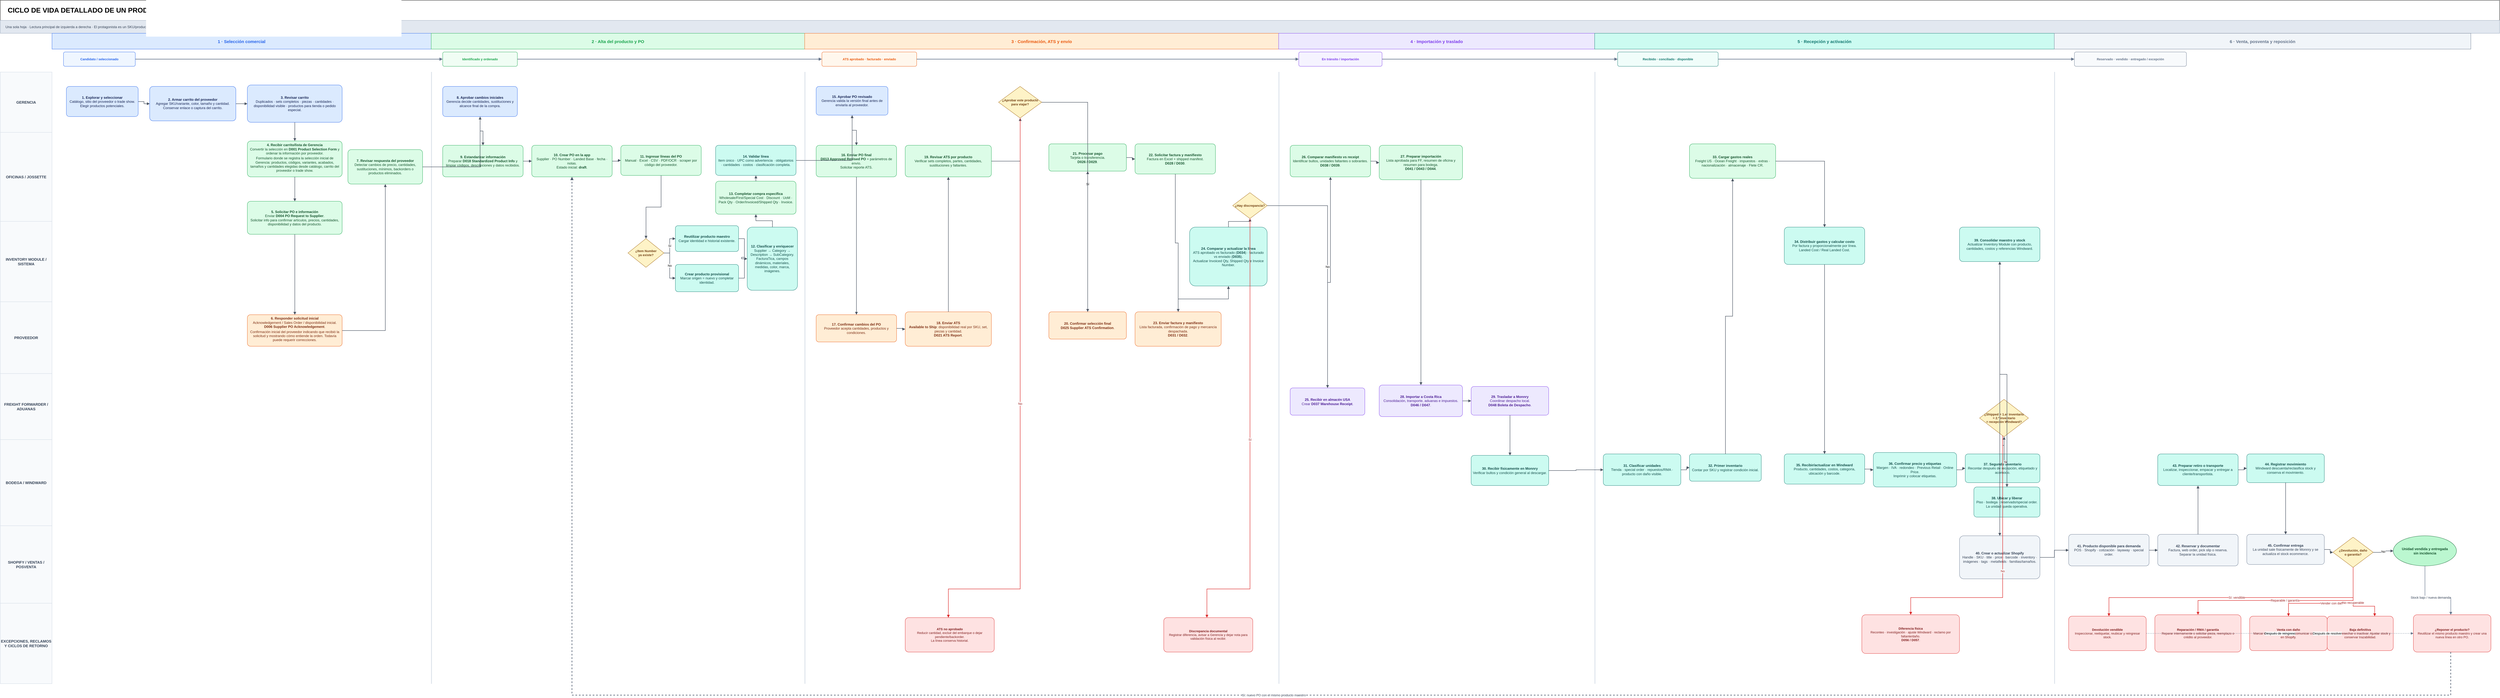
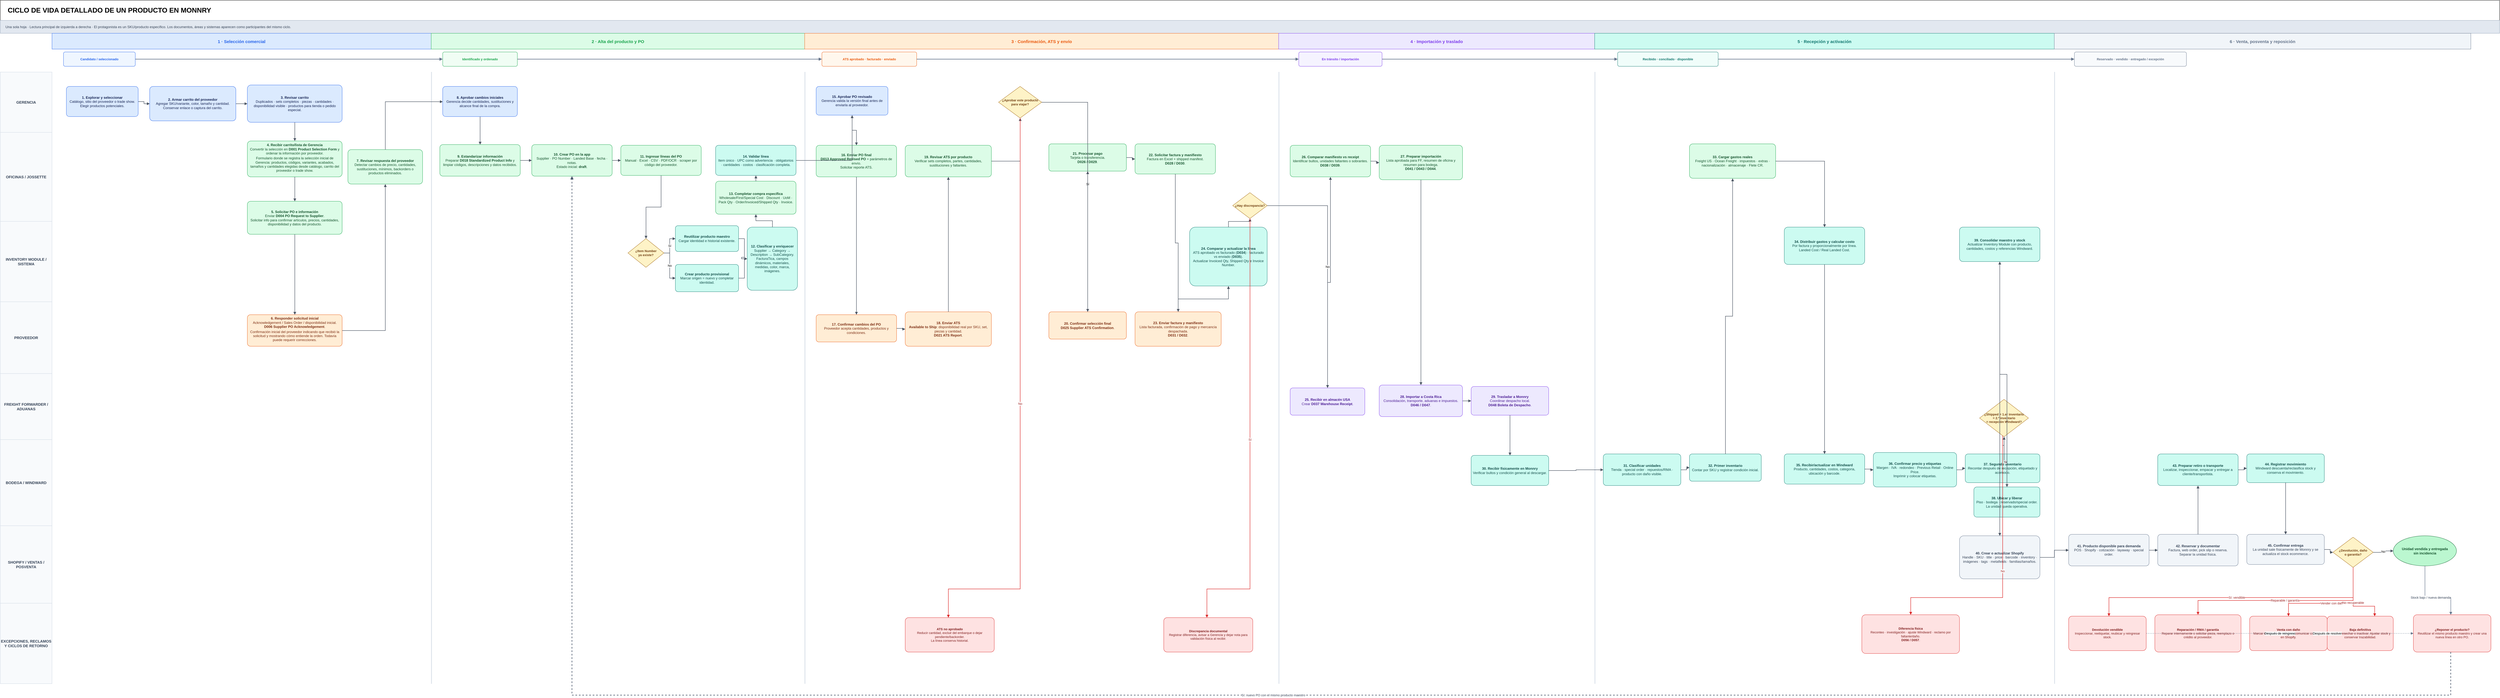
<mxfile host="app.diagrams.net" agent="ChatGPT">
  <diagram id="product-lifecycle-one-sheet" name="Ciclo completo - una hoja">
-     <mxGraphModel dx="937" dy="520" grid="1" gridSize="10" guides="1" tooltips="1" connect="1" arrows="1" fold="1" page="1" pageScale="1" pageWidth="8700" pageHeight="2500" background="#ffffff" math="0" shadow="0">
+     <mxGraphModel dx="1041" dy="578" grid="1" gridSize="10" guides="1" tooltips="1" connect="1" arrows="1" fold="1" page="1" pageScale="1" pageWidth="8700" pageHeight="2500" background="#ffffff" math="0" shadow="0">
      <root>
        <mxCell id="0" />
        <mxCell id="1" parent="0" />
        <mxCell id="title" parent="1" style="rounded=0;whiteSpace=wrap;html=1;fontSize=24;fontStyle=1;align=left;verticalAlign=middle;spacingLeft=24;" value="CICLO DE VIDA DETALLADO DE UN PRODUCTO EN MONNRY" vertex="1">
          <mxGeometry height="70" width="8700" as="geometry" />
        </mxCell>
        <mxCell id="subtitle" parent="1" style="rounded=0;whiteSpace=wrap;html=1;fillColor=#e2e8f0;strokeColor=#94a3b8;fontColor=#334155;fontSize=12;align=left;verticalAlign=middle;spacingLeft=16;" value="Una sola hoja · Lectura principal de izquierda a derecha · El protagonista es un SKU/producto específico. Los documentos, áreas y sistemas aparecen como participantes del mismo ciclo." vertex="1">
          <mxGeometry height="45" width="8700" y="70" as="geometry" />
        </mxCell>
        <mxCell id="p1" parent="1" style="rounded=0;whiteSpace=wrap;html=1;strokeWidth=1;fontSize=15;fontStyle=1;align=center;verticalAlign=middle;fillColor=#dbeafe;strokeColor=#2563eb;fontColor=#2563eb;" value="1 · Selección comercial" vertex="1">
          <mxGeometry height="55" width="1320" x="180" y="115" as="geometry" />
        </mxCell>
        <mxCell id="p2" parent="1" style="rounded=0;whiteSpace=wrap;html=1;strokeWidth=1;fontSize=15;fontStyle=1;align=center;verticalAlign=middle;fillColor=#dcfce7;strokeColor=#16a34a;fontColor=#16a34a;" value="2 · Alta del producto y PO" vertex="1">
          <mxGeometry height="55" width="1300" x="1500" y="115" as="geometry" />
        </mxCell>
        <mxCell id="p3" parent="1" style="rounded=0;whiteSpace=wrap;html=1;strokeWidth=1;fontSize=15;fontStyle=1;align=center;verticalAlign=middle;fillColor=#ffedd5;strokeColor=#ea580c;fontColor=#ea580c;" value="3 · Confirmación, ATS y envío" vertex="1">
          <mxGeometry height="55" width="1650" x="2800" y="115" as="geometry" />
        </mxCell>
        <mxCell id="p4" parent="1" style="rounded=0;whiteSpace=wrap;html=1;strokeWidth=1;fontSize=15;fontStyle=1;align=center;verticalAlign=middle;fillColor=#ede9fe;strokeColor=#7c3aed;fontColor=#7c3aed;" value="4 · Importación y traslado" vertex="1">
          <mxGeometry height="55" width="1100" x="4450" y="115" as="geometry" />
        </mxCell>
        <mxCell id="p5" parent="1" style="rounded=0;whiteSpace=wrap;html=1;strokeWidth=1;fontSize=15;fontStyle=1;align=center;verticalAlign=middle;fillColor=#ccfbf1;strokeColor=#0f766e;fontColor=#0f766e;" value="5 · Recepción y activación" vertex="1">
          <mxGeometry height="55" width="1600" x="5550" y="115" as="geometry" />
        </mxCell>
        <mxCell id="p6" parent="1" style="rounded=0;whiteSpace=wrap;html=1;strokeWidth=1;fontSize=15;fontStyle=1;align=center;verticalAlign=middle;fillColor=#f1f5f9;strokeColor=#64748b;fontColor=#64748b;" value="6 · Venta, posventa y reposición" vertex="1">
          <mxGeometry height="55" width="1450" x="7150" y="115" as="geometry" />
        </mxCell>
        <mxCell id="st1" parent="1" style="rounded=1;whiteSpace=wrap;html=1;strokeWidth=1;fontSize=11;fontStyle=1;align=center;verticalAlign=middle;arcSize=12;fillColor=#eff6ff;strokeColor=#2563eb;fontColor=#2563eb;" value="Candidato / seleccionado" vertex="1">
          <mxGeometry height="50" width="250" x="220" y="180" as="geometry" />
        </mxCell>
        <mxCell id="st2" parent="1" style="rounded=1;whiteSpace=wrap;html=1;strokeWidth=1;fontSize=11;fontStyle=1;align=center;verticalAlign=middle;arcSize=12;fillColor=#f0fdf4;strokeColor=#16a34a;fontColor=#16a34a;" value="Identificado y ordenado" vertex="1">
          <mxGeometry height="50" width="260" x="1540" y="180" as="geometry" />
        </mxCell>
        <mxCell id="st3" parent="1" style="rounded=1;whiteSpace=wrap;html=1;strokeWidth=1;fontSize=11;fontStyle=1;align=center;verticalAlign=middle;arcSize=12;fillColor=#fff7ed;strokeColor=#ea580c;fontColor=#ea580c;" value="ATS aprobado · facturado · enviado" vertex="1">
          <mxGeometry height="50" width="330" x="2860" y="180" as="geometry" />
        </mxCell>
        <mxCell id="st4" parent="1" style="rounded=1;whiteSpace=wrap;html=1;strokeWidth=1;fontSize=11;fontStyle=1;align=center;verticalAlign=middle;arcSize=12;fillColor=#f5f3ff;strokeColor=#7c3aed;fontColor=#7c3aed;" value="En tránsito / importación" vertex="1">
          <mxGeometry height="50" width="290" x="4520" y="180" as="geometry" />
        </mxCell>
        <mxCell id="st5" parent="1" style="rounded=1;whiteSpace=wrap;html=1;strokeWidth=1;fontSize=11;fontStyle=1;align=center;verticalAlign=middle;arcSize=12;fillColor=#f0fdfa;strokeColor=#0f766e;fontColor=#0f766e;" value="Recibido · conciliado · disponible" vertex="1">
          <mxGeometry height="50" width="350" x="5630" y="180" as="geometry" />
        </mxCell>
        <mxCell id="st6" parent="1" style="rounded=1;whiteSpace=wrap;html=1;strokeWidth=1;fontSize=11;fontStyle=1;align=center;verticalAlign=middle;arcSize=12;fillColor=#f8fafc;strokeColor=#64748b;fontColor=#64748b;" value="Reservado · vendido · entregado / excepción" vertex="1">
          <mxGeometry height="50" width="390" x="7220" y="180" as="geometry" />
        </mxCell>
        <mxCell id="state_e1" edge="1" parent="1" source="st1" style="edgeStyle=orthogonalEdgeStyle;rounded=0;html=1;endArrow=block;endFill=1;strokeWidth=2;strokeColor=#64748b;" target="st2" value="">
          <mxGeometry relative="1" as="geometry" />
        </mxCell>
        <mxCell id="state_e2" edge="1" parent="1" source="st2" style="edgeStyle=orthogonalEdgeStyle;rounded=0;html=1;endArrow=block;endFill=1;strokeWidth=2;strokeColor=#64748b;" target="st3" value="">
          <mxGeometry relative="1" as="geometry" />
        </mxCell>
        <mxCell id="state_e3" edge="1" parent="1" source="st3" style="edgeStyle=orthogonalEdgeStyle;rounded=0;html=1;endArrow=block;endFill=1;strokeWidth=2;strokeColor=#64748b;" target="st4" value="">
          <mxGeometry relative="1" as="geometry" />
        </mxCell>
        <mxCell id="state_e4" edge="1" parent="1" source="st4" style="edgeStyle=orthogonalEdgeStyle;rounded=0;html=1;endArrow=block;endFill=1;strokeWidth=2;strokeColor=#64748b;" target="st5" value="">
          <mxGeometry relative="1" as="geometry" />
        </mxCell>
        <mxCell id="state_e5" edge="1" parent="1" source="st5" style="edgeStyle=orthogonalEdgeStyle;rounded=0;html=1;endArrow=block;endFill=1;strokeWidth=2;strokeColor=#64748b;" target="st6" value="">
          <mxGeometry relative="1" as="geometry" />
        </mxCell>
        <mxCell id="lane_g" parent="1" style="rounded=0;whiteSpace=wrap;html=1;strokeColor=#cbd5e1;fillColor=#f8fafc;fontColor=#334155;fontSize=13;fontStyle=1;align=center;verticalAlign=middle;" value="GERENCIA" vertex="1">
          <mxGeometry height="210" width="180" y="250" as="geometry" />
        </mxCell>
        <mxCell id="lane_o" parent="1" style="rounded=0;whiteSpace=wrap;html=1;strokeColor=#cbd5e1;fillColor=#f8fafc;fontColor=#334155;fontSize=13;fontStyle=1;align=center;verticalAlign=middle;" value="OFICINAS / JOSSETTE" vertex="1">
          <mxGeometry height="310" width="180" y="460" as="geometry" />
        </mxCell>
        <mxCell id="lane_i" parent="1" style="rounded=0;whiteSpace=wrap;html=1;strokeColor=#cbd5e1;fillColor=#f8fafc;fontColor=#334155;fontSize=13;fontStyle=1;align=center;verticalAlign=middle;" value="INVENTORY MODULE / SISTEMA" vertex="1">
          <mxGeometry height="280" width="180" y="770" as="geometry" />
        </mxCell>
        <mxCell id="lane_s" parent="1" style="rounded=0;whiteSpace=wrap;html=1;strokeColor=#cbd5e1;fillColor=#f8fafc;fontColor=#334155;fontSize=13;fontStyle=1;align=center;verticalAlign=middle;" value="PROVEEDOR" vertex="1">
          <mxGeometry height="250" width="180" y="1050" as="geometry" />
        </mxCell>
        <mxCell id="lane_f" parent="1" style="rounded=0;whiteSpace=wrap;html=1;strokeColor=#cbd5e1;fillColor=#f8fafc;fontColor=#334155;fontSize=13;fontStyle=1;align=center;verticalAlign=middle;" value="FREIGHT FORWARDER / ADUANAS" vertex="1">
          <mxGeometry height="230" width="180" y="1300" as="geometry" />
        </mxCell>
        <mxCell id="lane_b" parent="1" style="rounded=0;whiteSpace=wrap;html=1;strokeColor=#cbd5e1;fillColor=#f8fafc;fontColor=#334155;fontSize=13;fontStyle=1;align=center;verticalAlign=middle;" value="BODEGA / WINDWARD" vertex="1">
          <mxGeometry height="300" width="180" y="1530" as="geometry" />
        </mxCell>
        <mxCell id="lane_v" parent="1" style="rounded=0;whiteSpace=wrap;html=1;strokeColor=#cbd5e1;fillColor=#f8fafc;fontColor=#334155;fontSize=13;fontStyle=1;align=center;verticalAlign=middle;" value="SHOPIFY / VENTAS / POSVENTA" vertex="1">
          <mxGeometry height="270" width="180" y="1830" as="geometry" />
        </mxCell>
        <mxCell id="lane_x" parent="1" style="rounded=0;whiteSpace=wrap;html=1;strokeColor=#cbd5e1;fillColor=#f8fafc;fontColor=#334155;fontSize=13;fontStyle=1;align=center;verticalAlign=middle;" value="EXCEPCIONES, RECLAMOS Y CICLOS DE RETORNO" vertex="1">
          <mxGeometry height="280" width="180" y="2100" as="geometry" />
        </mxCell>
        <mxCell id="sep1" parent="1" style="rounded=0;html=1;fillColor=#cbd5e1;strokeColor=#cbd5e1;opacity=60;" value="" vertex="1">
          <mxGeometry height="2130" width="2" x="1500" y="250" as="geometry" />
        </mxCell>
        <mxCell id="sep2" parent="1" style="rounded=0;html=1;fillColor=#cbd5e1;strokeColor=#cbd5e1;opacity=60;" value="" vertex="1">
          <mxGeometry height="2130" width="2" x="2800" y="250" as="geometry" />
        </mxCell>
        <mxCell id="sep3" parent="1" style="rounded=0;html=1;fillColor=#cbd5e1;strokeColor=#cbd5e1;opacity=60;" value="" vertex="1">
          <mxGeometry height="2130" width="2" x="4450" y="250" as="geometry" />
        </mxCell>
        <mxCell id="sep4" parent="1" style="rounded=0;html=1;fillColor=#cbd5e1;strokeColor=#cbd5e1;opacity=60;" value="" vertex="1">
          <mxGeometry height="2130" width="2" x="5550" y="250" as="geometry" />
        </mxCell>
        <mxCell id="sep5" parent="1" style="rounded=0;html=1;fillColor=#cbd5e1;strokeColor=#cbd5e1;opacity=60;" value="" vertex="1">
          <mxGeometry height="2130" width="2" x="7150" y="250" as="geometry" />
        </mxCell>
        <mxCell id="g1" parent="1" style="rounded=1;whiteSpace=wrap;html=1;strokeColor=#2563eb;fillColor=#dbeafe;fontColor=#172554;fontSize=12;align=center;verticalAlign=middle;spacing=7;arcSize=10;" value="&lt;b&gt;1. Explorar y seleccionar&lt;/b&gt;&lt;br&gt;Catálogo, sitio del proveedor o trade show.&lt;br&gt;Elegir productos potenciales." vertex="1">
          <mxGeometry height="105" width="250" x="230" y="300" as="geometry" />
        </mxCell>
        <mxCell id="g2" parent="1" style="rounded=1;whiteSpace=wrap;html=1;strokeColor=#2563eb;fillColor=#dbeafe;fontColor=#172554;fontSize=12;align=center;verticalAlign=middle;spacing=7;arcSize=10;" value="&lt;b&gt;2. Armar carrito del proveedor&lt;/b&gt;&lt;br&gt;Agregar SKU/variante, color, tamaño y cantidad.&lt;br&gt;Conservar enlace o captura del carrito." vertex="1">
          <mxGeometry height="120" width="300" x="520" y="300" as="geometry" />
        </mxCell>
        <mxCell id="g3" parent="1" style="rounded=1;whiteSpace=wrap;html=1;strokeColor=#2563eb;fillColor=#dbeafe;fontColor=#172554;fontSize=12;align=center;verticalAlign=middle;spacing=7;arcSize=10;" value="&lt;b&gt;3. Revisar carrito&lt;/b&gt;&lt;br&gt;Duplicados · sets completos · piezas · cantidades · disponibilidad visible · productos para tienda o pedido especial." vertex="1">
          <mxGeometry height="130" width="330" x="860" y="295" as="geometry" />
        </mxCell>
        <mxCell id="o1" parent="1" style="rounded=1;whiteSpace=wrap;html=1;strokeColor=#16a34a;fillColor=#dcfce7;fontColor=#14532d;fontSize=12;align=center;verticalAlign=middle;spacing=7;arcSize=10;" value="&lt;b&gt;4. Recibir carrito/lista de Gerencia&lt;/b&gt;&lt;br&gt;Convertir la selección en &lt;b&gt;D001 Product Selection Form&lt;/b&gt; y ordenar la información por proveedor.&lt;div&gt;&lt;table&gt;&lt;tbody&gt;&lt;tr data-start=&quot;1171&quot; data-end=&quot;1396&quot;&gt;&lt;td data-col-size=&quot;xl&quot; data-start=&quot;1207&quot; data-end=&quot;1396&quot;&gt;Formulario donde se registra la selección inicial de Gerencia: productos, códigos, variantes, acabados, tamaños y cantidades elegidas desde catálogo, carrito del proveedor o trade show.&lt;/td&gt;&lt;/tr&gt;&lt;/tbody&gt;&lt;/table&gt;&lt;table&gt;&lt;tbody&gt;&lt;tr data-start=&quot;1397&quot; data-end=&quot;1542&quot;&gt;&lt;td data-start=&quot;1397&quot; data-end=&quot;1408&quot; data-col-size=&quot;sm&quot;&gt;&lt;/td&gt;&lt;/tr&gt;&lt;/tbody&gt;&lt;/table&gt;&lt;/div&gt;" vertex="1">
          <mxGeometry height="125" width="330" x="860" y="490" as="geometry" />
        </mxCell>
        <mxCell id="o2" parent="1" style="rounded=1;whiteSpace=wrap;html=1;strokeColor=#16a34a;fillColor=#dcfce7;fontColor=#14532d;fontSize=12;align=center;verticalAlign=middle;spacing=7;arcSize=10;" value="&lt;b&gt;5. Solicitar PO e información&lt;/b&gt;&lt;br&gt;Enviar &lt;b&gt;D004 PO Request to Supplier&lt;/b&gt;.&lt;br&gt;Solicitar info para confirmar artículos, precios, cantidades, disponibilidad y datos del producto." vertex="1">
          <mxGeometry height="115" width="330" x="860" y="700" as="geometry" />
        </mxCell>
        <mxCell id="s1" parent="1" style="rounded=1;whiteSpace=wrap;html=1;strokeColor=#ea580c;fillColor=#ffedd5;fontColor=#7c2d12;fontSize=12;align=center;verticalAlign=middle;spacing=7;arcSize=10;" value="&lt;b&gt;6. Responder solicitud inicial&lt;/b&gt;&lt;br&gt;Acknowledgement / Sales Order / disponibilidad inicial.&lt;br&gt;&lt;b&gt;D006 Supplier PO Acknowledgement&lt;/b&gt;.&lt;div&gt;&lt;table&gt;&lt;tbody&gt;&lt;tr data-start=&quot;1743&quot; data-end=&quot;1930&quot;&gt;&lt;td data-start=&quot;1784&quot; data-end=&quot;1930&quot; data-col-size=&quot;xl&quot;&gt;Confirmación inicial del proveedor indicando que recibió la solicitud y mostrando cómo entiende la orden. Todavía puede requerir correcciones.&lt;/td&gt;&lt;/tr&gt;&lt;/tbody&gt;&lt;/table&gt;&lt;table&gt;&lt;tbody&gt;&lt;tr data-start=&quot;1931&quot; data-end=&quot;2079&quot;&gt;&lt;td data-start=&quot;1931&quot; data-end=&quot;1942&quot; data-col-size=&quot;sm&quot;&gt;&lt;/td&gt;&lt;/tr&gt;&lt;/tbody&gt;&lt;/table&gt;&lt;/div&gt;" vertex="1">
          <mxGeometry height="110" width="330" x="860" y="1095" as="geometry" />
        </mxCell>
        <mxCell id="o3" parent="1" style="rounded=1;whiteSpace=wrap;html=1;strokeColor=#16a34a;fillColor=#dcfce7;fontColor=#14532d;fontSize=12;align=center;verticalAlign=middle;spacing=7;arcSize=10;" value="&lt;b&gt;7. Revisar respuesta del proveedor&lt;/b&gt;&lt;br&gt;Detectar cambios de precio, cantidades, sustituciones, mínimos, backorders o productos eliminados." vertex="1">
          <mxGeometry height="120" width="260" x="1210" y="520" as="geometry" />
        </mxCell>
        <mxCell id="e1" edge="1" parent="1" source="g1" style="edgeStyle=orthogonalEdgeStyle;rounded=0;orthogonalLoop=1;jettySize=auto;html=1;endArrow=block;endFill=1;strokeWidth=1.5;strokeColor=#4b5563;fontSize=11;labelBackgroundColor=#ffffff;" target="g2" value="">
          <mxGeometry relative="1" as="geometry" />
        </mxCell>
        <mxCell id="e2" edge="1" parent="1" source="g2" style="edgeStyle=orthogonalEdgeStyle;rounded=0;orthogonalLoop=1;jettySize=auto;html=1;endArrow=block;endFill=1;strokeWidth=1.5;strokeColor=#4b5563;fontSize=11;labelBackgroundColor=#ffffff;" target="g3" value="">
          <mxGeometry relative="1" as="geometry" />
        </mxCell>
        <mxCell id="e3" edge="1" parent="1" source="g3" style="edgeStyle=orthogonalEdgeStyle;rounded=0;orthogonalLoop=1;jettySize=auto;html=1;endArrow=block;endFill=1;strokeWidth=1.5;strokeColor=#4b5563;fontSize=11;labelBackgroundColor=#ffffff;" target="o1" value="">
          <mxGeometry relative="1" as="geometry" />
        </mxCell>
        <mxCell id="e4" edge="1" parent="1" source="o1" style="edgeStyle=orthogonalEdgeStyle;rounded=0;orthogonalLoop=1;jettySize=auto;html=1;endArrow=block;endFill=1;strokeWidth=1.5;strokeColor=#4b5563;fontSize=11;labelBackgroundColor=#ffffff;" target="o2" value="">
          <mxGeometry relative="1" as="geometry" />
        </mxCell>
        <mxCell id="e5" edge="1" parent="1" source="o2" style="edgeStyle=orthogonalEdgeStyle;rounded=0;orthogonalLoop=1;jettySize=auto;html=1;endArrow=block;endFill=1;strokeWidth=1.5;strokeColor=#4b5563;fontSize=11;labelBackgroundColor=#ffffff;" target="s1" value="">
          <mxGeometry relative="1" as="geometry" />
        </mxCell>
        <mxCell id="e6" edge="1" parent="1" source="s1" style="edgeStyle=orthogonalEdgeStyle;rounded=0;orthogonalLoop=1;jettySize=auto;html=1;endArrow=block;endFill=1;strokeWidth=1.5;strokeColor=#4b5563;fontSize=11;labelBackgroundColor=#ffffff;" target="o3" value="">
          <mxGeometry relative="1" as="geometry" />
        </mxCell>
        <mxCell id="g4" parent="1" style="rounded=1;whiteSpace=wrap;html=1;strokeColor=#2563eb;fillColor=#dbeafe;fontColor=#172554;fontSize=12;align=center;verticalAlign=middle;spacing=7;arcSize=10;" value="&lt;b&gt;8. Aprobar cambios iniciales&lt;/b&gt;&lt;br&gt;Gerencia decide cantidades, sustituciones y alcance final de la compra." vertex="1">
          <mxGeometry height="105" width="260" x="1540" y="300" as="geometry" />
        </mxCell>
        <mxCell id="o4" parent="1" style="rounded=1;whiteSpace=wrap;html=1;strokeColor=#16a34a;fillColor=#dcfce7;fontColor=#14532d;fontSize=12;align=center;verticalAlign=middle;spacing=7;arcSize=10;" value="&lt;b&gt;9. Estandarizar información&lt;/b&gt;&lt;br&gt;Preparar &lt;b&gt;D018 Standardized Product Info&lt;/b&gt; y limpiar códigos, descripciones y datos recibidos." vertex="1">
-           <mxGeometry height="110" width="280" x="1540" y="505" as="geometry" />
+           <mxGeometry height="110" width="280" x="1530" y="502.5" as="geometry" />
        </mxCell>
        <mxCell id="o5" parent="1" style="rounded=1;whiteSpace=wrap;html=1;strokeColor=#16a34a;fillColor=#dcfce7;fontColor=#14532d;fontSize=12;align=center;verticalAlign=middle;spacing=7;arcSize=10;" value="&lt;b&gt;10. Crear PO en la app&lt;/b&gt;&lt;br&gt;Supplier · PO Number · Landed Base · fecha · notas.&lt;br&gt;Estado inicial: &lt;b&gt;draft&lt;/b&gt;." vertex="1">
-           <mxGeometry height="110" width="280" x="1850" y="505" as="geometry" />
+           <mxGeometry height="110" width="280" x="1850" y="502.5" as="geometry" />
        </mxCell>
        <mxCell id="o6" parent="1" style="rounded=1;whiteSpace=wrap;html=1;strokeColor=#16a34a;fillColor=#dcfce7;fontColor=#14532d;fontSize=12;align=center;verticalAlign=middle;spacing=7;arcSize=10;" value="&lt;b&gt;11. Ingresar líneas del PO&lt;/b&gt;&lt;br&gt;Manual · Excel · CSV · PDF/OCR · scraper por código del proveedor." vertex="1">
          <mxGeometry height="105" width="280" x="2160" y="505" as="geometry" />
        </mxCell>
        <mxCell id="d_exist" parent="1" style="rhombus;whiteSpace=wrap;html=1;strokeColor=#a16207;fillColor=#fef3c7;fontColor=#713f12;fontSize=11;fontStyle=1;align=center;verticalAlign=middle;spacing=5;" value="¿Item Number&lt;br&gt;ya existe?" vertex="1">
          <mxGeometry height="100" width="125" x="2185" y="830" as="geometry" />
        </mxCell>
        <mxCell id="i_exist" parent="1" style="rounded=1;whiteSpace=wrap;html=1;strokeColor=#0f766e;fillColor=#ccfbf1;fontColor=#134e4a;fontSize=12;align=center;verticalAlign=middle;spacing=7;arcSize=10;" value="&lt;b&gt;Reutilizar producto maestro&lt;/b&gt;&lt;br&gt;Cargar identidad e historial existente." vertex="1">
          <mxGeometry height="90" width="220" x="2350" y="785" as="geometry" />
        </mxCell>
        <mxCell id="i_new" parent="1" style="rounded=1;whiteSpace=wrap;html=1;strokeColor=#0f766e;fillColor=#ccfbf1;fontColor=#134e4a;fontSize=12;align=center;verticalAlign=middle;spacing=7;arcSize=10;" value="&lt;b&gt;Crear producto provisional&lt;/b&gt;&lt;br&gt;Marcar origen = nuevo y completar identidad." vertex="1">
          <mxGeometry height="95" width="220" x="2350" y="920" as="geometry" />
        </mxCell>
        <mxCell id="i_class" parent="1" style="rounded=1;whiteSpace=wrap;html=1;strokeColor=#0f766e;fillColor=#ccfbf1;fontColor=#134e4a;fontSize=12;align=center;verticalAlign=middle;spacing=7;arcSize=10;" value="&lt;b&gt;12. Clasificar y enriquecer&lt;/b&gt;&lt;br&gt;Supplier → Category → Description → SubCategory.&lt;br&gt;FacturaTica, campos dinámicos, materiales, medidas, color, marca, imágenes." vertex="1">
          <mxGeometry height="220" width="175" x="2600" y="790" as="geometry" />
        </mxCell>
        <mxCell id="o7" parent="1" style="rounded=1;whiteSpace=wrap;html=1;strokeColor=#16a34a;fillColor=#dcfce7;fontColor=#14532d;fontSize=12;align=center;verticalAlign=middle;spacing=7;arcSize=10;" value="&lt;b&gt;13. Completar compra específica&lt;/b&gt;&lt;br&gt;Wholesale/First/Special Cost · Discount · UoM · Pack Qty · Order/Invoiced/Shipped Qty · Invoice." vertex="1">
          <mxGeometry height="115" width="280" x="2490" y="630" as="geometry" />
        </mxCell>
        <mxCell id="i_validate" parent="1" style="rounded=1;whiteSpace=wrap;html=1;strokeColor=#0f766e;fillColor=#ccfbf1;fontColor=#134e4a;fontSize=12;align=center;verticalAlign=middle;spacing=7;arcSize=10;" value="&lt;b&gt;14. Validar línea&lt;/b&gt;&lt;br&gt;Item único · UPC como advertencia · obligatorios · cantidades · costos · clasificación completa." vertex="1">
          <mxGeometry height="105" width="280" x="2490" y="505" as="geometry" />
        </mxCell>
        <mxCell id="e7" edge="1" parent="1" source="o3" style="edgeStyle=orthogonalEdgeStyle;rounded=0;orthogonalLoop=1;jettySize=auto;html=1;endArrow=block;endFill=1;strokeWidth=1.5;strokeColor=#4b5563;fontSize=11;labelBackgroundColor=#ffffff;" target="g4" value="">
-           <mxGeometry relative="1" as="geometry" />
+           <mxGeometry relative="1" as="geometry">
+             <Array as="points">
+               <mxPoint x="1340" y="353" />
+             </Array>
+           </mxGeometry>
        </mxCell>
        <mxCell id="e8" edge="1" parent="1" source="g4" style="edgeStyle=orthogonalEdgeStyle;rounded=0;orthogonalLoop=1;jettySize=auto;html=1;endArrow=block;endFill=1;strokeWidth=1.5;strokeColor=#4b5563;fontSize=11;labelBackgroundColor=#ffffff;" target="o4" value="">
          <mxGeometry relative="1" as="geometry" />
        </mxCell>
        <mxCell id="e9" edge="1" parent="1" source="o4" style="edgeStyle=orthogonalEdgeStyle;rounded=0;orthogonalLoop=1;jettySize=auto;html=1;endArrow=block;endFill=1;strokeWidth=1.5;strokeColor=#4b5563;fontSize=11;labelBackgroundColor=#ffffff;" target="o5" value="">
          <mxGeometry relative="1" as="geometry" />
        </mxCell>
        <mxCell id="e10" edge="1" parent="1" source="o5" style="edgeStyle=orthogonalEdgeStyle;rounded=0;orthogonalLoop=1;jettySize=auto;html=1;endArrow=block;endFill=1;strokeWidth=1.5;strokeColor=#4b5563;fontSize=11;labelBackgroundColor=#ffffff;" target="o6" value="">
          <mxGeometry relative="1" as="geometry" />
        </mxCell>
        <mxCell id="e11" edge="1" parent="1" source="o6" style="edgeStyle=orthogonalEdgeStyle;rounded=0;orthogonalLoop=1;jettySize=auto;html=1;endArrow=block;endFill=1;strokeWidth=1.5;strokeColor=#4b5563;fontSize=11;labelBackgroundColor=#ffffff;" target="d_exist" value="">
          <mxGeometry relative="1" as="geometry" />
        </mxCell>
        <mxCell id="e12" edge="1" parent="1" source="d_exist" style="edgeStyle=orthogonalEdgeStyle;rounded=0;orthogonalLoop=1;jettySize=auto;html=1;endArrow=block;endFill=1;strokeWidth=1.5;strokeColor=#4b5563;fontSize=11;labelBackgroundColor=#ffffff;" target="i_exist" value="Sí">
          <mxGeometry relative="1" as="geometry" />
        </mxCell>
        <mxCell id="e13" edge="1" parent="1" source="d_exist" style="edgeStyle=orthogonalEdgeStyle;rounded=0;orthogonalLoop=1;jettySize=auto;html=1;endArrow=block;endFill=1;strokeWidth=1.5;strokeColor=#4b5563;fontSize=11;labelBackgroundColor=#ffffff;" target="i_new" value="No">
          <mxGeometry relative="1" as="geometry" />
        </mxCell>
        <mxCell id="e14" edge="1" parent="1" source="i_exist" style="edgeStyle=orthogonalEdgeStyle;rounded=0;orthogonalLoop=1;jettySize=auto;html=1;endArrow=block;endFill=1;strokeWidth=1.5;strokeColor=#4b5563;fontSize=11;labelBackgroundColor=#ffffff;" target="i_class" value="">
          <mxGeometry relative="1" as="geometry" />
        </mxCell>
        <mxCell id="e15" edge="1" parent="1" source="i_new" style="edgeStyle=orthogonalEdgeStyle;rounded=0;orthogonalLoop=1;jettySize=auto;html=1;endArrow=block;endFill=1;strokeWidth=1.5;strokeColor=#4b5563;fontSize=11;labelBackgroundColor=#ffffff;" target="i_class" value="">
          <mxGeometry relative="1" as="geometry" />
        </mxCell>
        <mxCell id="e16" edge="1" parent="1" source="i_class" style="edgeStyle=orthogonalEdgeStyle;rounded=0;orthogonalLoop=1;jettySize=auto;html=1;endArrow=block;endFill=1;strokeWidth=1.5;strokeColor=#4b5563;fontSize=11;labelBackgroundColor=#ffffff;" target="o7" value="">
          <mxGeometry relative="1" as="geometry" />
        </mxCell>
        <mxCell id="e17" edge="1" parent="1" source="o7" style="edgeStyle=orthogonalEdgeStyle;rounded=0;orthogonalLoop=1;jettySize=auto;html=1;endArrow=block;endFill=1;strokeWidth=1.5;strokeColor=#4b5563;fontSize=11;labelBackgroundColor=#ffffff;" target="i_validate" value="">
          <mxGeometry relative="1" as="geometry" />
        </mxCell>
        <mxCell id="g5" parent="1" style="rounded=1;whiteSpace=wrap;html=1;strokeColor=#2563eb;fillColor=#dbeafe;fontColor=#172554;fontSize=12;align=center;verticalAlign=middle;spacing=7;arcSize=10;" value="&lt;b&gt;15. Aprobar PO revisado&lt;/b&gt;&lt;br&gt;Gerencia valida la versión final antes de enviarla al proveedor." vertex="1">
          <mxGeometry height="100" width="250" x="2840" y="300" as="geometry" />
        </mxCell>
        <mxCell id="o8" parent="1" style="rounded=1;whiteSpace=wrap;html=1;strokeColor=#16a34a;fillColor=#dcfce7;fontColor=#14532d;fontSize=12;align=center;verticalAlign=middle;spacing=7;arcSize=10;" value="&lt;b&gt;16. Enviar PO final&lt;/b&gt;&lt;br&gt;&lt;b&gt;D013 Approved Revised PO&lt;/b&gt; + parámetros de envío.&lt;br&gt;Solicitar reporte ATS." vertex="1">
          <mxGeometry height="110" width="280" x="2840" y="505" as="geometry" />
        </mxCell>
        <mxCell id="s2" parent="1" style="rounded=1;whiteSpace=wrap;html=1;strokeColor=#ea580c;fillColor=#ffedd5;fontColor=#7c2d12;fontSize=12;align=center;verticalAlign=middle;spacing=7;arcSize=10;" value="&lt;b&gt;17. Confirmar cambios del PO&lt;/b&gt;&lt;br&gt;Proveedor acepta cantidades, productos y condiciones." vertex="1">
          <mxGeometry height="95" width="280" x="2840" y="1095" as="geometry" />
        </mxCell>
        <mxCell id="s3" parent="1" style="rounded=1;whiteSpace=wrap;html=1;strokeColor=#ea580c;fillColor=#ffedd5;fontColor=#7c2d12;fontSize=12;align=center;verticalAlign=middle;spacing=7;arcSize=10;" value="&lt;b&gt;18. Enviar ATS&lt;/b&gt;&lt;br&gt;&lt;b&gt;Available to Ship&lt;/b&gt;: disponibilidad real por SKU, set, piezas y cantidad.&lt;br&gt;&lt;b&gt;D021 ATS Report&lt;/b&gt;." vertex="1">
          <mxGeometry height="120" width="300" x="3150" y="1085" as="geometry" />
        </mxCell>
        <mxCell id="o9" parent="1" style="rounded=1;whiteSpace=wrap;html=1;strokeColor=#16a34a;fillColor=#dcfce7;fontColor=#14532d;fontSize=12;align=center;verticalAlign=middle;spacing=7;arcSize=10;" value="&lt;b&gt;19. Revisar ATS por producto&lt;/b&gt;&lt;br&gt;Verificar sets completos, partes, cantidades, sustituciones y faltantes." vertex="1">
          <mxGeometry height="110" width="300" x="3150" y="505" as="geometry" />
        </mxCell>
        <mxCell id="d_ats" parent="1" style="rhombus;whiteSpace=wrap;html=1;strokeColor=#a16207;fillColor=#fef3c7;fontColor=#713f12;fontSize=11;fontStyle=1;align=center;verticalAlign=middle;spacing=5;" value="¿Aprobar este producto&lt;br&gt;para viajar?" vertex="1">
          <mxGeometry height="110" width="150" x="3475" y="300" as="geometry" />
        </mxCell>
        <mxCell id="s4" parent="1" style="rounded=1;whiteSpace=wrap;html=1;strokeColor=#ea580c;fillColor=#ffedd5;fontColor=#7c2d12;fontSize=12;align=center;verticalAlign=middle;spacing=7;arcSize=10;" value="&lt;b&gt;20. Confirmar selección final&lt;/b&gt;&lt;br&gt;&lt;b&gt;D025 Supplier ATS Confirmation&lt;/b&gt;." vertex="1">
          <mxGeometry height="95" width="270" x="3650" y="1085" as="geometry" />
        </mxCell>
        <mxCell id="o10" parent="1" style="rounded=1;whiteSpace=wrap;html=1;strokeColor=#16a34a;fillColor=#dcfce7;fontColor=#14532d;fontSize=12;align=center;verticalAlign=middle;spacing=7;arcSize=10;" value="&lt;b&gt;21. Procesar pago&lt;/b&gt;&lt;br&gt;Tarjeta o transferencia.&lt;br&gt;&lt;b&gt;D026 / D029&lt;/b&gt;." vertex="1">
          <mxGeometry height="95" width="270" x="3650" y="500" as="geometry" />
        </mxCell>
        <mxCell id="o11" parent="1" style="rounded=1;whiteSpace=wrap;html=1;strokeColor=#16a34a;fillColor=#dcfce7;fontColor=#14532d;fontSize=12;align=center;verticalAlign=middle;spacing=7;arcSize=10;" value="&lt;b&gt;22. Solicitar factura y manifiesto&lt;/b&gt;&lt;br&gt;Factura en Excel + shipped manifest.&lt;br&gt;&lt;b&gt;D028 / D030&lt;/b&gt;." vertex="1">
          <mxGeometry height="105" width="280" x="3950" y="500" as="geometry" />
        </mxCell>
        <mxCell id="s5" parent="1" style="rounded=1;whiteSpace=wrap;html=1;strokeColor=#ea580c;fillColor=#ffedd5;fontColor=#7c2d12;fontSize=12;align=center;verticalAlign=middle;spacing=7;arcSize=10;" value="&lt;b&gt;23. Enviar factura y manifiesto&lt;/b&gt;&lt;br&gt;Lista facturada, confirmación de pago y mercancía despachada.&lt;br&gt;&lt;b&gt;D031 / D032&lt;/b&gt;." vertex="1">
          <mxGeometry height="120" width="300" x="3950" y="1085" as="geometry" />
        </mxCell>
        <mxCell id="i_compare" parent="1" style="rounded=1;whiteSpace=wrap;html=1;strokeColor=#0f766e;fillColor=#ccfbf1;fontColor=#134e4a;fontSize=12;align=center;verticalAlign=middle;spacing=7;arcSize=10;" value="&lt;b&gt;24. Comparar y actualizar la línea&lt;/b&gt;&lt;br&gt;ATS aprobado vs facturado (&lt;b&gt;D034&lt;/b&gt;) · facturado vs enviado (&lt;b&gt;D035&lt;/b&gt;).&lt;br&gt;Actualizar Invoiced Qty, Shipped Qty e Invoice Number." vertex="1">
          <mxGeometry height="205" width="270" x="4140" y="790" as="geometry" />
        </mxCell>
        <mxCell id="d_diff" parent="1" style="rhombus;whiteSpace=wrap;html=1;strokeColor=#a16207;fillColor=#fef3c7;fontColor=#713f12;fontSize=11;fontStyle=1;align=center;verticalAlign=middle;spacing=5;" value="¿Hay discrepancia?" vertex="1">
          <mxGeometry height="90" width="120" x="4290" y="670" as="geometry" />
        </mxCell>
        <mxCell id="e18" edge="1" parent="1" source="i_validate" style="edgeStyle=orthogonalEdgeStyle;rounded=0;orthogonalLoop=1;jettySize=auto;html=1;endArrow=block;endFill=1;strokeWidth=1.5;strokeColor=#4b5563;fontSize=11;labelBackgroundColor=#ffffff;" target="g5" value="">
          <mxGeometry relative="1" as="geometry" />
        </mxCell>
        <mxCell id="e19" edge="1" parent="1" source="g5" style="edgeStyle=orthogonalEdgeStyle;rounded=0;orthogonalLoop=1;jettySize=auto;html=1;endArrow=block;endFill=1;strokeWidth=1.5;strokeColor=#4b5563;fontSize=11;labelBackgroundColor=#ffffff;" target="o8" value="">
          <mxGeometry relative="1" as="geometry" />
        </mxCell>
        <mxCell id="e20" edge="1" parent="1" source="o8" style="edgeStyle=orthogonalEdgeStyle;rounded=0;orthogonalLoop=1;jettySize=auto;html=1;endArrow=block;endFill=1;strokeWidth=1.5;strokeColor=#4b5563;fontSize=11;labelBackgroundColor=#ffffff;" target="s2" value="">
          <mxGeometry relative="1" as="geometry" />
        </mxCell>
        <mxCell id="e21" edge="1" parent="1" source="s2" style="edgeStyle=orthogonalEdgeStyle;rounded=0;orthogonalLoop=1;jettySize=auto;html=1;endArrow=block;endFill=1;strokeWidth=1.5;strokeColor=#4b5563;fontSize=11;labelBackgroundColor=#ffffff;" target="s3" value="">
          <mxGeometry relative="1" as="geometry" />
        </mxCell>
        <mxCell id="e22" edge="1" parent="1" source="s3" style="edgeStyle=orthogonalEdgeStyle;rounded=0;orthogonalLoop=1;jettySize=auto;html=1;endArrow=block;endFill=1;strokeWidth=1.5;strokeColor=#4b5563;fontSize=11;labelBackgroundColor=#ffffff;" target="o9" value="">
          <mxGeometry relative="1" as="geometry" />
        </mxCell>
        <mxCell id="e23" edge="1" parent="1" source="o9" style="edgeStyle=orthogonalEdgeStyle;rounded=0;orthogonalLoop=1;jettySize=auto;html=1;endArrow=block;endFill=1;strokeWidth=1.5;strokeColor=#4b5563;fontSize=11;labelBackgroundColor=#ffffff;" target="d_ats" value="">
          <mxGeometry relative="1" as="geometry" />
        </mxCell>
        <mxCell id="e24" edge="1" parent="1" source="d_ats" style="edgeStyle=orthogonalEdgeStyle;rounded=0;orthogonalLoop=1;jettySize=auto;html=1;endArrow=block;endFill=1;strokeWidth=1.5;strokeColor=#4b5563;fontSize=11;labelBackgroundColor=#ffffff;" target="s4" value="Sí">
          <mxGeometry relative="1" as="geometry" />
        </mxCell>
        <mxCell id="e25" edge="1" parent="1" source="s4" style="edgeStyle=orthogonalEdgeStyle;rounded=0;orthogonalLoop=1;jettySize=auto;html=1;endArrow=block;endFill=1;strokeWidth=1.5;strokeColor=#4b5563;fontSize=11;labelBackgroundColor=#ffffff;" target="o10" value="">
          <mxGeometry relative="1" as="geometry" />
        </mxCell>
        <mxCell id="e26" edge="1" parent="1" source="o10" style="edgeStyle=orthogonalEdgeStyle;rounded=0;orthogonalLoop=1;jettySize=auto;html=1;endArrow=block;endFill=1;strokeWidth=1.5;strokeColor=#4b5563;fontSize=11;labelBackgroundColor=#ffffff;" target="o11" value="">
          <mxGeometry relative="1" as="geometry" />
        </mxCell>
        <mxCell id="e27" edge="1" parent="1" source="o11" style="edgeStyle=orthogonalEdgeStyle;rounded=0;orthogonalLoop=1;jettySize=auto;html=1;endArrow=block;endFill=1;strokeWidth=1.5;strokeColor=#4b5563;fontSize=11;labelBackgroundColor=#ffffff;" target="s5" value="">
          <mxGeometry relative="1" as="geometry" />
        </mxCell>
        <mxCell id="e28" edge="1" parent="1" source="s5" style="edgeStyle=orthogonalEdgeStyle;rounded=0;orthogonalLoop=1;jettySize=auto;html=1;endArrow=block;endFill=1;strokeWidth=1.5;strokeColor=#4b5563;fontSize=11;labelBackgroundColor=#ffffff;" target="i_compare" value="">
          <mxGeometry relative="1" as="geometry" />
        </mxCell>
        <mxCell id="e29" edge="1" parent="1" source="i_compare" style="edgeStyle=orthogonalEdgeStyle;rounded=0;orthogonalLoop=1;jettySize=auto;html=1;endArrow=block;endFill=1;strokeWidth=1.5;strokeColor=#4b5563;fontSize=11;labelBackgroundColor=#ffffff;" target="d_diff" value="">
          <mxGeometry relative="1" as="geometry" />
        </mxCell>
        <mxCell id="f1" parent="1" style="rounded=1;whiteSpace=wrap;html=1;strokeColor=#7c3aed;fillColor=#ede9fe;fontColor=#4c1d95;fontSize=12;align=center;verticalAlign=middle;spacing=7;arcSize=10;" value="&lt;b&gt;25. Recibir en almacén USA&lt;/b&gt;&lt;br&gt;Crear &lt;b&gt;D037 Warehouse Receipt&lt;/b&gt;." vertex="1">
          <mxGeometry height="95" width="260" x="4490" y="1350" as="geometry" />
        </mxCell>
        <mxCell id="o12" parent="1" style="rounded=1;whiteSpace=wrap;html=1;strokeColor=#16a34a;fillColor=#dcfce7;fontColor=#14532d;fontSize=12;align=center;verticalAlign=middle;spacing=7;arcSize=10;" value="&lt;b&gt;26. Comparar manifiesto vs receipt&lt;/b&gt;&lt;br&gt;Identificar bultos, unidades faltantes o sobrantes.&lt;br&gt;&lt;b&gt;D038 / D039&lt;/b&gt;." vertex="1">
          <mxGeometry height="110" width="280" x="4490" y="505" as="geometry" />
        </mxCell>
        <mxCell id="o13" parent="1" style="rounded=1;whiteSpace=wrap;html=1;strokeColor=#16a34a;fillColor=#dcfce7;fontColor=#14532d;fontSize=12;align=center;verticalAlign=middle;spacing=7;arcSize=10;" value="&lt;b&gt;27. Preparar importación&lt;/b&gt;&lt;br&gt;Lista aprobada para FF, resumen de oficina y resumen para bodega.&lt;br&gt;&lt;b&gt;D041 / D043 / D044&lt;/b&gt;." vertex="1">
          <mxGeometry height="120" width="290" x="4800" y="505" as="geometry" />
        </mxCell>
        <mxCell id="f2" parent="1" style="rounded=1;whiteSpace=wrap;html=1;strokeColor=#7c3aed;fillColor=#ede9fe;fontColor=#4c1d95;fontSize=12;align=center;verticalAlign=middle;spacing=7;arcSize=10;" value="&lt;b&gt;28. Importar a Costa Rica&lt;/b&gt;&lt;br&gt;Consolidación, transporte, aduanas e impuestos.&lt;br&gt;&lt;b&gt;D046 / D047&lt;/b&gt;." vertex="1">
          <mxGeometry height="110" width="290" x="4800" y="1340" as="geometry" />
        </mxCell>
        <mxCell id="f3" parent="1" style="rounded=1;whiteSpace=wrap;html=1;strokeColor=#7c3aed;fillColor=#ede9fe;fontColor=#4c1d95;fontSize=12;align=center;verticalAlign=middle;spacing=7;arcSize=10;" value="&lt;b&gt;29. Trasladar a Monnry&lt;/b&gt;&lt;br&gt;Coordinar despacho local.&lt;br&gt;&lt;b&gt;D048 Boleta de Despacho&lt;/b&gt;." vertex="1">
          <mxGeometry height="100" width="270" x="5120" y="1345" as="geometry" />
        </mxCell>
        <mxCell id="b1" parent="1" style="rounded=1;whiteSpace=wrap;html=1;strokeColor=#0f766e;fillColor=#ccfbf1;fontColor=#134e4a;fontSize=12;align=center;verticalAlign=middle;spacing=7;arcSize=10;" value="&lt;b&gt;30. Recibir físicamente en Monnry&lt;/b&gt;&lt;br&gt;Verificar bultos y condición general al descargar." vertex="1">
          <mxGeometry height="105" width="270" x="5120" y="1585" as="geometry" />
        </mxCell>
        <mxCell id="e30" edge="1" parent="1" source="d_diff" style="edgeStyle=orthogonalEdgeStyle;rounded=0;orthogonalLoop=1;jettySize=auto;html=1;endArrow=block;endFill=1;strokeWidth=1.5;strokeColor=#4b5563;fontSize=11;labelBackgroundColor=#ffffff;" target="f1" value="No">
          <mxGeometry relative="1" as="geometry" />
        </mxCell>
        <mxCell id="e31" edge="1" parent="1" source="f1" style="edgeStyle=orthogonalEdgeStyle;rounded=0;orthogonalLoop=1;jettySize=auto;html=1;endArrow=block;endFill=1;strokeWidth=1.5;strokeColor=#4b5563;fontSize=11;labelBackgroundColor=#ffffff;" target="o12" value="">
          <mxGeometry relative="1" as="geometry" />
        </mxCell>
        <mxCell id="e32" edge="1" parent="1" source="o12" style="edgeStyle=orthogonalEdgeStyle;rounded=0;orthogonalLoop=1;jettySize=auto;html=1;endArrow=block;endFill=1;strokeWidth=1.5;strokeColor=#4b5563;fontSize=11;labelBackgroundColor=#ffffff;" target="o13" value="">
          <mxGeometry relative="1" as="geometry" />
        </mxCell>
        <mxCell id="e33" edge="1" parent="1" source="o13" style="edgeStyle=orthogonalEdgeStyle;rounded=0;orthogonalLoop=1;jettySize=auto;html=1;endArrow=block;endFill=1;strokeWidth=1.5;strokeColor=#4b5563;fontSize=11;labelBackgroundColor=#ffffff;" target="f2" value="">
          <mxGeometry relative="1" as="geometry" />
        </mxCell>
        <mxCell id="e34" edge="1" parent="1" source="f2" style="edgeStyle=orthogonalEdgeStyle;rounded=0;orthogonalLoop=1;jettySize=auto;html=1;endArrow=block;endFill=1;strokeWidth=1.5;strokeColor=#4b5563;fontSize=11;labelBackgroundColor=#ffffff;" target="f3" value="">
          <mxGeometry relative="1" as="geometry" />
        </mxCell>
        <mxCell id="e35" edge="1" parent="1" source="f3" style="edgeStyle=orthogonalEdgeStyle;rounded=0;orthogonalLoop=1;jettySize=auto;html=1;endArrow=block;endFill=1;strokeWidth=1.5;strokeColor=#4b5563;fontSize=11;labelBackgroundColor=#ffffff;" target="b1" value="">
          <mxGeometry relative="1" as="geometry" />
        </mxCell>
        <mxCell id="b2" parent="1" style="rounded=1;whiteSpace=wrap;html=1;strokeColor=#0f766e;fillColor=#ccfbf1;fontColor=#134e4a;fontSize=12;align=center;verticalAlign=middle;spacing=7;arcSize=10;" value="&lt;b&gt;31. Clasificar unidades&lt;/b&gt;&lt;br&gt;Tienda · special order · repuestos/RMA · producto con daño visible." vertex="1">
          <mxGeometry height="110" width="270" x="5580" y="1580" as="geometry" />
        </mxCell>
        <mxCell id="b3" parent="1" style="rounded=1;whiteSpace=wrap;html=1;strokeColor=#0f766e;fillColor=#ccfbf1;fontColor=#134e4a;fontSize=12;align=center;verticalAlign=middle;spacing=7;arcSize=10;" value="&lt;b&gt;32. Primer inventario&lt;/b&gt;&lt;br&gt;Contar por SKU y registrar condición inicial." vertex="1">
          <mxGeometry height="95" width="250" x="5880" y="1580" as="geometry" />
        </mxCell>
        <mxCell id="o14" parent="1" style="rounded=1;whiteSpace=wrap;html=1;strokeColor=#16a34a;fillColor=#dcfce7;fontColor=#14532d;fontSize=12;align=center;verticalAlign=middle;spacing=7;arcSize=10;" value="&lt;b&gt;33. Cargar gastos reales&lt;/b&gt;&lt;br&gt;Freight US · Ocean Freight · impuestos · extras · nacionalización · almacenaje · Flete CR." vertex="1">
          <mxGeometry height="120" width="300" x="5880" y="500" as="geometry" />
        </mxCell>
        <mxCell id="i_cost" parent="1" style="rounded=1;whiteSpace=wrap;html=1;strokeColor=#0f766e;fillColor=#ccfbf1;fontColor=#134e4a;fontSize=12;align=center;verticalAlign=middle;spacing=7;arcSize=10;" value="&lt;b&gt;34. Distribuir gastos y calcular costo&lt;/b&gt;&lt;br&gt;Por factura y proporcionalmente por línea.&lt;br&gt;Landed Cost / Real Landed Cost." vertex="1">
          <mxGeometry height="130" width="280" x="6210" y="790" as="geometry" />
        </mxCell>
        <mxCell id="b4" parent="1" style="rounded=1;whiteSpace=wrap;html=1;strokeColor=#0f766e;fillColor=#ccfbf1;fontColor=#134e4a;fontSize=12;align=center;verticalAlign=middle;spacing=7;arcSize=10;" value="&lt;b&gt;35. Recibir/actualizar en Windward&lt;/b&gt;&lt;br&gt;Producto, cantidades, costos, categoría, ubicación y barcode." vertex="1">
          <mxGeometry height="105" width="280" x="6210" y="1580" as="geometry" />
        </mxCell>
        <mxCell id="b5" parent="1" style="rounded=1;whiteSpace=wrap;html=1;strokeColor=#0f766e;fillColor=#ccfbf1;fontColor=#134e4a;fontSize=12;align=center;verticalAlign=middle;spacing=7;arcSize=10;" value="&lt;b&gt;36. Confirmar precio y etiquetas&lt;/b&gt;&lt;br&gt;Margen · IVA · redondeo · Previous Retail · Online Price.&lt;br&gt;Imprimir y colocar etiquetas." vertex="1">
          <mxGeometry height="120" width="290" x="6520" y="1575" as="geometry" />
        </mxCell>
        <mxCell id="b6" parent="1" style="rounded=1;whiteSpace=wrap;html=1;strokeColor=#0f766e;fillColor=#ccfbf1;fontColor=#134e4a;fontSize=12;align=center;verticalAlign=middle;spacing=7;arcSize=10;" value="&lt;b&gt;37. Segundo inventario&lt;/b&gt;&lt;br&gt;Recontar después de recepción, etiquetado y acomodo." vertex="1">
          <mxGeometry height="100" width="260" x="6840" y="1580" as="geometry" />
        </mxCell>
        <mxCell id="d_count" parent="1" style="rhombus;whiteSpace=wrap;html=1;strokeColor=#a16207;fillColor=#fef3c7;fontColor=#713f12;fontSize=11;fontStyle=1;align=center;verticalAlign=middle;spacing=5;" value="¿Shipped = 1.er inventario&lt;br&gt;= 2.º inventario&lt;br&gt;= recepción Windward?" vertex="1">
          <mxGeometry height="130" width="170" x="6890" y="1390" as="geometry" />
        </mxCell>
        <mxCell id="b7" parent="1" style="rounded=1;whiteSpace=wrap;html=1;strokeColor=#0f766e;fillColor=#ccfbf1;fontColor=#134e4a;fontSize=12;align=center;verticalAlign=middle;spacing=7;arcSize=10;" value="&lt;b&gt;38. Ubicar y liberar&lt;/b&gt;&lt;br&gt;Piso · bodega · reservado/special order.&lt;br&gt;La unidad queda operativa." vertex="1">
          <mxGeometry height="105" width="230" x="6870" y="1695" as="geometry" />
        </mxCell>
        <mxCell id="i_sync" parent="1" style="rounded=1;whiteSpace=wrap;html=1;strokeColor=#0f766e;fillColor=#ccfbf1;fontColor=#134e4a;fontSize=12;align=center;verticalAlign=middle;spacing=7;arcSize=10;" value="&lt;b&gt;39. Consolidar maestro y stock&lt;/b&gt;&lt;br&gt;Actualizar Inventory Module con producto, cantidades, costos y referencias Windward." vertex="1">
          <mxGeometry height="120" width="280" x="6820" y="790" as="geometry" />
        </mxCell>
        <mxCell id="v1" parent="1" style="rounded=1;whiteSpace=wrap;html=1;strokeColor=#64748b;fillColor=#f1f5f9;fontColor=#334155;fontSize=12;align=center;verticalAlign=middle;spacing=7;arcSize=10;" value="&lt;b&gt;40. Crear o actualizar Shopify&lt;/b&gt;&lt;br&gt;Handle · SKU · title · price · barcode · inventory · imágenes · tags · metafields · familias/tamaños." vertex="1">
          <mxGeometry height="150" width="280" x="6820" y="1865" as="geometry" />
        </mxCell>
        <mxCell id="e36" edge="1" parent="1" source="b1" style="edgeStyle=orthogonalEdgeStyle;rounded=0;orthogonalLoop=1;jettySize=auto;html=1;endArrow=block;endFill=1;strokeWidth=1.5;strokeColor=#4b5563;fontSize=11;labelBackgroundColor=#ffffff;" target="b2" value="">
          <mxGeometry relative="1" as="geometry" />
        </mxCell>
        <mxCell id="e37" edge="1" parent="1" source="b2" style="edgeStyle=orthogonalEdgeStyle;rounded=0;orthogonalLoop=1;jettySize=auto;html=1;endArrow=block;endFill=1;strokeWidth=1.5;strokeColor=#4b5563;fontSize=11;labelBackgroundColor=#ffffff;" target="b3" value="">
          <mxGeometry relative="1" as="geometry" />
        </mxCell>
        <mxCell id="e38" edge="1" parent="1" source="b3" style="edgeStyle=orthogonalEdgeStyle;rounded=0;orthogonalLoop=1;jettySize=auto;html=1;endArrow=block;endFill=1;strokeWidth=1.5;strokeColor=#4b5563;fontSize=11;labelBackgroundColor=#ffffff;" target="o14" value="">
          <mxGeometry relative="1" as="geometry" />
        </mxCell>
        <mxCell id="e39" edge="1" parent="1" source="o14" style="edgeStyle=orthogonalEdgeStyle;rounded=0;orthogonalLoop=1;jettySize=auto;html=1;endArrow=block;endFill=1;strokeWidth=1.5;strokeColor=#4b5563;fontSize=11;labelBackgroundColor=#ffffff;" target="i_cost" value="">
          <mxGeometry relative="1" as="geometry" />
        </mxCell>
        <mxCell id="e40" edge="1" parent="1" source="i_cost" style="edgeStyle=orthogonalEdgeStyle;rounded=0;orthogonalLoop=1;jettySize=auto;html=1;endArrow=block;endFill=1;strokeWidth=1.5;strokeColor=#4b5563;fontSize=11;labelBackgroundColor=#ffffff;" target="b4" value="">
          <mxGeometry relative="1" as="geometry" />
        </mxCell>
        <mxCell id="e41" edge="1" parent="1" source="b4" style="edgeStyle=orthogonalEdgeStyle;rounded=0;orthogonalLoop=1;jettySize=auto;html=1;endArrow=block;endFill=1;strokeWidth=1.5;strokeColor=#4b5563;fontSize=11;labelBackgroundColor=#ffffff;" target="b5" value="">
          <mxGeometry relative="1" as="geometry" />
        </mxCell>
        <mxCell id="e42" edge="1" parent="1" source="b5" style="edgeStyle=orthogonalEdgeStyle;rounded=0;orthogonalLoop=1;jettySize=auto;html=1;endArrow=block;endFill=1;strokeWidth=1.5;strokeColor=#4b5563;fontSize=11;labelBackgroundColor=#ffffff;" target="b6" value="">
          <mxGeometry relative="1" as="geometry" />
        </mxCell>
        <mxCell id="e43" edge="1" parent="1" source="b6" style="edgeStyle=orthogonalEdgeStyle;rounded=0;orthogonalLoop=1;jettySize=auto;html=1;endArrow=block;endFill=1;strokeWidth=1.5;strokeColor=#4b5563;fontSize=11;labelBackgroundColor=#ffffff;" target="d_count" value="">
          <mxGeometry relative="1" as="geometry" />
        </mxCell>
        <mxCell id="e44" edge="1" parent="1" source="d_count" style="edgeStyle=orthogonalEdgeStyle;rounded=0;orthogonalLoop=1;jettySize=auto;html=1;endArrow=block;endFill=1;strokeWidth=1.5;strokeColor=#4b5563;fontSize=11;labelBackgroundColor=#ffffff;" target="b7" value="Sí">
          <mxGeometry relative="1" as="geometry" />
        </mxCell>
        <mxCell id="e45" edge="1" parent="1" source="b7" style="edgeStyle=orthogonalEdgeStyle;rounded=0;orthogonalLoop=1;jettySize=auto;html=1;endArrow=block;endFill=1;strokeWidth=1.5;strokeColor=#4b5563;fontSize=11;labelBackgroundColor=#ffffff;" target="i_sync" value="">
          <mxGeometry relative="1" as="geometry" />
        </mxCell>
        <mxCell id="e46" edge="1" parent="1" source="i_sync" style="edgeStyle=orthogonalEdgeStyle;rounded=0;orthogonalLoop=1;jettySize=auto;html=1;endArrow=block;endFill=1;strokeWidth=1.5;strokeColor=#4b5563;fontSize=11;labelBackgroundColor=#ffffff;" target="v1" value="">
          <mxGeometry relative="1" as="geometry" />
        </mxCell>
        <mxCell id="v2" parent="1" style="rounded=1;whiteSpace=wrap;html=1;strokeColor=#64748b;fillColor=#f1f5f9;fontColor=#334155;fontSize=12;align=center;verticalAlign=middle;spacing=7;arcSize=10;" value="&lt;b&gt;41. Producto disponible para demanda&lt;/b&gt;&lt;br&gt;POS · Shopify · cotización · layaway · special order." vertex="1">
          <mxGeometry height="110" width="280" x="7200" y="1860" as="geometry" />
        </mxCell>
        <mxCell id="v3" parent="1" style="rounded=1;whiteSpace=wrap;html=1;strokeColor=#64748b;fillColor=#f1f5f9;fontColor=#334155;fontSize=12;align=center;verticalAlign=middle;spacing=7;arcSize=10;" value="&lt;b&gt;42. Reservar y documentar&lt;/b&gt;&lt;br&gt;Factura, web order, pick slip o reserva.&lt;br&gt;Separar la unidad física." vertex="1">
          <mxGeometry height="110" width="280" x="7510" y="1860" as="geometry" />
        </mxCell>
        <mxCell id="b8" parent="1" style="rounded=1;whiteSpace=wrap;html=1;strokeColor=#0f766e;fillColor=#ccfbf1;fontColor=#134e4a;fontSize=12;align=center;verticalAlign=middle;spacing=7;arcSize=10;" value="&lt;b&gt;43. Preparar retiro o transporte&lt;/b&gt;&lt;br&gt;Localizar, inspeccionar, empacar y entregar a cliente/transportista." vertex="1">
          <mxGeometry height="110" width="280" x="7510" y="1580" as="geometry" />
        </mxCell>
        <mxCell id="b9" parent="1" style="rounded=1;whiteSpace=wrap;html=1;strokeColor=#0f766e;fillColor=#ccfbf1;fontColor=#134e4a;fontSize=12;align=center;verticalAlign=middle;spacing=7;arcSize=10;" value="&lt;b&gt;44. Registrar movimiento&lt;/b&gt;&lt;br&gt;Windward descuenta/reclasifica stock y conserva el movimiento." vertex="1">
          <mxGeometry height="100" width="270" x="7820" y="1580" as="geometry" />
        </mxCell>
        <mxCell id="v4" parent="1" style="rounded=1;whiteSpace=wrap;html=1;strokeColor=#64748b;fillColor=#f1f5f9;fontColor=#334155;fontSize=12;align=center;verticalAlign=middle;spacing=7;arcSize=10;" value="&lt;b&gt;45. Confirmar entrega&lt;/b&gt;&lt;br&gt;La unidad sale físicamente de Monnry y se actualiza el stock ecommerce." vertex="1">
          <mxGeometry height="105" width="270" x="7820" y="1860" as="geometry" />
        </mxCell>
        <mxCell id="d_after" parent="1" style="rhombus;whiteSpace=wrap;html=1;strokeColor=#a16207;fillColor=#fef3c7;fontColor=#713f12;fontSize=11;fontStyle=1;align=center;verticalAlign=middle;spacing=5;" value="¿Devolución, daño&lt;br&gt;o garantía?" vertex="1">
          <mxGeometry height="105" width="140" x="8120" y="1870" as="geometry" />
        </mxCell>
        <mxCell id="end_ok" parent="1" style="ellipse;whiteSpace=wrap;html=1;strokeColor=#166534;fillColor=#bbf7d0;fontColor=#14532d;fontSize=12;fontStyle=1;align=center;verticalAlign=middle;" value="Unidad vendida y entregada&lt;br&gt;sin incidencia" vertex="1">
          <mxGeometry height="105" width="220" x="8330" y="1865" as="geometry" />
        </mxCell>
        <mxCell id="e47" edge="1" parent="1" source="v1" style="edgeStyle=orthogonalEdgeStyle;rounded=0;orthogonalLoop=1;jettySize=auto;html=1;endArrow=block;endFill=1;strokeWidth=1.5;strokeColor=#4b5563;fontSize=11;labelBackgroundColor=#ffffff;" target="v2" value="">
          <mxGeometry relative="1" as="geometry" />
        </mxCell>
        <mxCell id="e48" edge="1" parent="1" source="v2" style="edgeStyle=orthogonalEdgeStyle;rounded=0;orthogonalLoop=1;jettySize=auto;html=1;endArrow=block;endFill=1;strokeWidth=1.5;strokeColor=#4b5563;fontSize=11;labelBackgroundColor=#ffffff;" target="v3" value="">
          <mxGeometry relative="1" as="geometry" />
        </mxCell>
        <mxCell id="e49" edge="1" parent="1" source="v3" style="edgeStyle=orthogonalEdgeStyle;rounded=0;orthogonalLoop=1;jettySize=auto;html=1;endArrow=block;endFill=1;strokeWidth=1.5;strokeColor=#4b5563;fontSize=11;labelBackgroundColor=#ffffff;" target="b8" value="">
          <mxGeometry relative="1" as="geometry" />
        </mxCell>
        <mxCell id="e50" edge="1" parent="1" source="b8" style="edgeStyle=orthogonalEdgeStyle;rounded=0;orthogonalLoop=1;jettySize=auto;html=1;endArrow=block;endFill=1;strokeWidth=1.5;strokeColor=#4b5563;fontSize=11;labelBackgroundColor=#ffffff;" target="b9" value="">
          <mxGeometry relative="1" as="geometry" />
        </mxCell>
        <mxCell id="e51" edge="1" parent="1" source="b9" style="edgeStyle=orthogonalEdgeStyle;rounded=0;orthogonalLoop=1;jettySize=auto;html=1;endArrow=block;endFill=1;strokeWidth=1.5;strokeColor=#4b5563;fontSize=11;labelBackgroundColor=#ffffff;" target="v4" value="">
          <mxGeometry relative="1" as="geometry" />
        </mxCell>
        <mxCell id="e52" edge="1" parent="1" source="v4" style="edgeStyle=orthogonalEdgeStyle;rounded=0;orthogonalLoop=1;jettySize=auto;html=1;endArrow=block;endFill=1;strokeWidth=1.5;strokeColor=#4b5563;fontSize=11;labelBackgroundColor=#ffffff;" target="d_after" value="">
          <mxGeometry relative="1" as="geometry" />
        </mxCell>
        <mxCell id="e53" edge="1" parent="1" source="d_after" style="edgeStyle=orthogonalEdgeStyle;rounded=0;orthogonalLoop=1;jettySize=auto;html=1;endArrow=block;endFill=1;strokeWidth=1.5;strokeColor=#4b5563;fontSize=11;labelBackgroundColor=#ffffff;" target="end_ok" value="No">
          <mxGeometry relative="1" as="geometry" />
        </mxCell>
        <mxCell id="x_ats" parent="1" style="rounded=1;whiteSpace=wrap;html=1;strokeColor=#dc2626;fillColor=#fee2e2;fontColor=#7f1d1d;fontSize=11;align=center;verticalAlign=middle;spacing=7;arcSize=10;" value="&lt;b&gt;ATS no aprobado&lt;/b&gt;&lt;br&gt;Reducir cantidad, excluir del embarque o dejar pendiente/backorder.&lt;br&gt;La línea conserva historial." vertex="1">
          <mxGeometry height="120" width="310" x="3150" y="2150" as="geometry" />
        </mxCell>
        <mxCell id="x_diff" parent="1" style="rounded=1;whiteSpace=wrap;html=1;strokeColor=#dc2626;fillColor=#fee2e2;fontColor=#7f1d1d;fontSize=11;align=center;verticalAlign=middle;spacing=7;arcSize=10;" value="&lt;b&gt;Discrepancia documental&lt;/b&gt;&lt;br&gt;Registrar diferencia, avisar a Gerencia y dejar nota para validación física al recibir." vertex="1">
          <mxGeometry height="120" width="310" x="4050" y="2150" as="geometry" />
        </mxCell>
        <mxCell id="x_count" parent="1" style="rounded=1;whiteSpace=wrap;html=1;strokeColor=#dc2626;fillColor=#fee2e2;fontColor=#7f1d1d;fontSize=11;align=center;verticalAlign=middle;spacing=7;arcSize=10;" value="&lt;b&gt;Diferencia física&lt;/b&gt;&lt;br&gt;Reconteo · investigación · ajuste Windward · reclamo por faltante/daño.&lt;br&gt;&lt;b&gt;D056 / D057&lt;/b&gt;." vertex="1">
          <mxGeometry height="135" width="340" x="6480" y="2140" as="geometry" />
        </mxCell>
        <mxCell id="x_return" parent="1" style="rounded=1;whiteSpace=wrap;html=1;strokeColor=#dc2626;fillColor=#fee2e2;fontColor=#7f1d1d;fontSize=11;align=center;verticalAlign=middle;spacing=7;arcSize=10;" value="&lt;b&gt;Devolución vendible&lt;/b&gt;&lt;br&gt;Inspeccionar, reetiquetar, reubicar y reingresar stock." vertex="1">
          <mxGeometry height="120" width="270" x="7200" y="2145" as="geometry" />
        </mxCell>
        <mxCell id="x_repair" parent="1" style="rounded=1;whiteSpace=wrap;html=1;strokeColor=#dc2626;fillColor=#fee2e2;fontColor=#7f1d1d;fontSize=11;align=center;verticalAlign=middle;spacing=7;arcSize=10;" value="&lt;b&gt;Reparación / RMA / garantía&lt;/b&gt;&lt;br&gt;Reparar internamente o solicitar pieza, reemplazo o crédito al proveedor." vertex="1">
          <mxGeometry height="130" width="300" x="7500" y="2140" as="geometry" />
        </mxCell>
        <mxCell id="x_mch" parent="1" style="rounded=1;whiteSpace=wrap;html=1;strokeColor=#dc2626;fillColor=#fee2e2;fontColor=#7f1d1d;fontSize=11;align=center;verticalAlign=middle;spacing=7;arcSize=10;" value="&lt;b&gt;Venta con daño&lt;/b&gt;&lt;br&gt;Marcar &lt;b&gt;mch&lt;/b&gt;, ajustar precio y comunicar condición en Shopify." vertex="1">
          <mxGeometry height="120" width="270" x="7830" y="2145" as="geometry" />
        </mxCell>
        <mxCell id="x_low" parent="1" style="rounded=1;whiteSpace=wrap;html=1;strokeColor=#dc2626;fillColor=#fee2e2;fontColor=#7f1d1d;fontSize=11;align=center;verticalAlign=middle;spacing=7;arcSize=10;" value="&lt;b&gt;Baja definitiva&lt;/b&gt;&lt;br&gt;Donar, desechar o inactivar. Ajustar stock y conservar trazabilidad." vertex="1">
          <mxGeometry height="120" width="230" x="8100" y="2145" as="geometry" />
        </mxCell>
        <mxCell id="x_restock" parent="1" style="rounded=1;whiteSpace=wrap;html=1;strokeColor=#dc2626;fillColor=#fee2e2;fontColor=#7f1d1d;fontSize=11;align=center;verticalAlign=middle;spacing=7;arcSize=10;" value="&lt;b&gt;¿Reponer el producto?&lt;/b&gt;&lt;br&gt;Reutilizar el mismo producto maestro y crear una nueva línea en otro PO." vertex="1">
          <mxGeometry height="130" width="270" x="8400" y="2140" as="geometry" />
        </mxCell>
        <mxCell id="ex1" edge="1" parent="1" source="d_ats" style="edgeStyle=orthogonalEdgeStyle;rounded=0;html=1;endArrow=block;endFill=1;strokeWidth=1.5;strokeColor=#dc2626;fontColor=#991b1b;labelBackgroundColor=#ffffff;" target="x_ats" value="No">
          <mxGeometry relative="1" as="geometry">
            <Array as="points">
              <mxPoint x="3550" y="2050" />
              <mxPoint x="3300" y="2050" />
            </Array>
          </mxGeometry>
        </mxCell>
        <mxCell id="ex2" edge="1" parent="1" source="d_diff" style="edgeStyle=orthogonalEdgeStyle;rounded=0;html=1;endArrow=block;endFill=1;strokeWidth=1.5;strokeColor=#dc2626;fontColor=#991b1b;labelBackgroundColor=#ffffff;" target="x_diff" value="Sí">
          <mxGeometry relative="1" as="geometry">
            <Array as="points">
              <mxPoint x="4350" y="2050" />
              <mxPoint x="4200" y="2050" />
            </Array>
          </mxGeometry>
        </mxCell>
        <mxCell id="ex3" edge="1" parent="1" source="d_count" style="edgeStyle=orthogonalEdgeStyle;rounded=0;html=1;endArrow=block;endFill=1;strokeWidth=1.5;strokeColor=#dc2626;fontColor=#991b1b;labelBackgroundColor=#ffffff;" target="x_count" value="No">
          <mxGeometry relative="1" as="geometry">
            <Array as="points">
              <mxPoint x="6970" y="2080" />
              <mxPoint x="6650" y="2080" />
            </Array>
          </mxGeometry>
        </mxCell>
        <mxCell id="ex4" edge="1" parent="1" source="d_after" style="edgeStyle=orthogonalEdgeStyle;rounded=0;html=1;endArrow=block;endFill=1;strokeWidth=1.5;strokeColor=#dc2626;fontColor=#991b1b;labelBackgroundColor=#ffffff;" target="x_return" value="Sí: vendible">
          <mxGeometry relative="1" as="geometry">
            <Array as="points">
              <mxPoint x="8190" y="2080" />
              <mxPoint x="7340" y="2080" />
            </Array>
          </mxGeometry>
        </mxCell>
        <mxCell id="ex5" edge="1" parent="1" source="d_after" style="edgeStyle=orthogonalEdgeStyle;rounded=0;html=1;endArrow=block;endFill=1;strokeWidth=1.5;strokeColor=#dc2626;fontColor=#991b1b;labelBackgroundColor=#ffffff;" target="x_repair" value="Reparable / garantía">
          <mxGeometry relative="1" as="geometry">
            <Array as="points">
              <mxPoint x="8190" y="2090" />
              <mxPoint x="7650" y="2090" />
            </Array>
          </mxGeometry>
        </mxCell>
        <mxCell id="ex6" edge="1" parent="1" source="d_after" style="edgeStyle=orthogonalEdgeStyle;rounded=0;html=1;endArrow=block;endFill=1;strokeWidth=1.5;strokeColor=#dc2626;fontColor=#991b1b;labelBackgroundColor=#ffffff;" target="x_mch" value="Vender con daño">
          <mxGeometry relative="1" as="geometry">
            <Array as="points">
              <mxPoint x="8190" y="2100" />
              <mxPoint x="7965" y="2100" />
            </Array>
          </mxGeometry>
        </mxCell>
        <mxCell id="ex7" edge="1" parent="1" source="d_after" style="edgeStyle=orthogonalEdgeStyle;rounded=0;html=1;endArrow=block;endFill=1;strokeWidth=1.5;strokeColor=#dc2626;fontColor=#991b1b;labelBackgroundColor=#ffffff;" target="x_low" value="No recuperable">
          <mxGeometry relative="1" as="geometry">
            <Array as="points">
              <mxPoint x="8190" y="2110" />
              <mxPoint x="8265" y="2110" />
            </Array>
          </mxGeometry>
        </mxCell>
        <mxCell id="ex8" edge="1" parent="1" source="end_ok" style="edgeStyle=orthogonalEdgeStyle;rounded=0;html=1;endArrow=block;endFill=1;strokeWidth=1.5;strokeColor=#64748b;fontColor=#334155;labelBackgroundColor=#ffffff;" target="x_restock" value="Stock bajo / nueva demanda">
          <mxGeometry relative="1" as="geometry">
            <Array as="points">
              <mxPoint x="8440" y="2080" />
              <mxPoint x="8530" y="2080" />
            </Array>
          </mxGeometry>
        </mxCell>
        <mxCell id="ex9" edge="1" parent="1" source="x_return" style="edgeStyle=orthogonalEdgeStyle;rounded=0;html=1;endArrow=block;endFill=1;strokeWidth=1;dashed=1;strokeColor=#64748b;" target="x_restock" value="Después de reingreso">
          <mxGeometry relative="1" as="geometry" />
        </mxCell>
        <mxCell id="ex10" edge="1" parent="1" source="x_repair" style="edgeStyle=orthogonalEdgeStyle;rounded=0;html=1;endArrow=block;endFill=1;strokeWidth=1;dashed=1;strokeColor=#64748b;" target="x_restock" value="Después de resolver">
          <mxGeometry relative="1" as="geometry" />
        </mxCell>
        <mxCell id="loop_restock" edge="1" parent="1" source="x_restock" style="edgeStyle=orthogonalEdgeStyle;rounded=0;html=1;endArrow=block;endFill=1;strokeWidth=2;dashed=1;strokeColor=#475569;fontColor=#334155;labelBackgroundColor=#ffffff;" target="o5" value="Sí: nuevo PO con el mismo producto maestro">
          <mxGeometry relative="1" as="geometry">
            <Array as="points">
              <mxPoint x="8530" y="2420" />
              <mxPoint x="1990" y="2420" />
              <mxPoint x="1990" y="770" />
            </Array>
          </mxGeometry>
        </mxCell>
      </root>
    </mxGraphModel>
  </diagram>
</mxfile>
